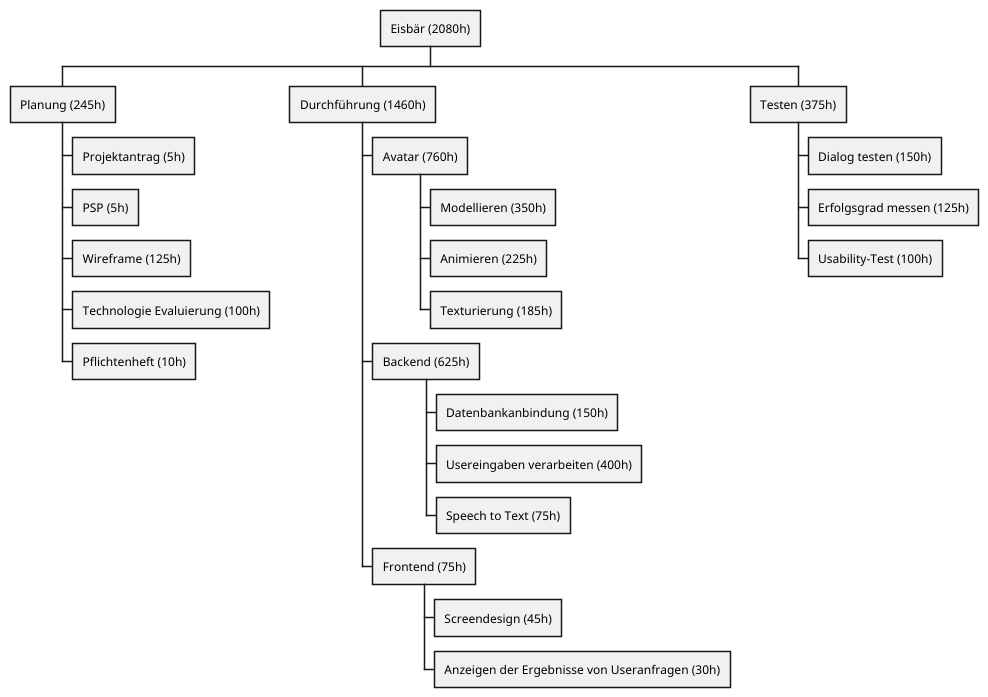
This is documents/psp.png from 2425-4bhitm-itp/eisbaer, a PlantUML export, as it was before one commit.
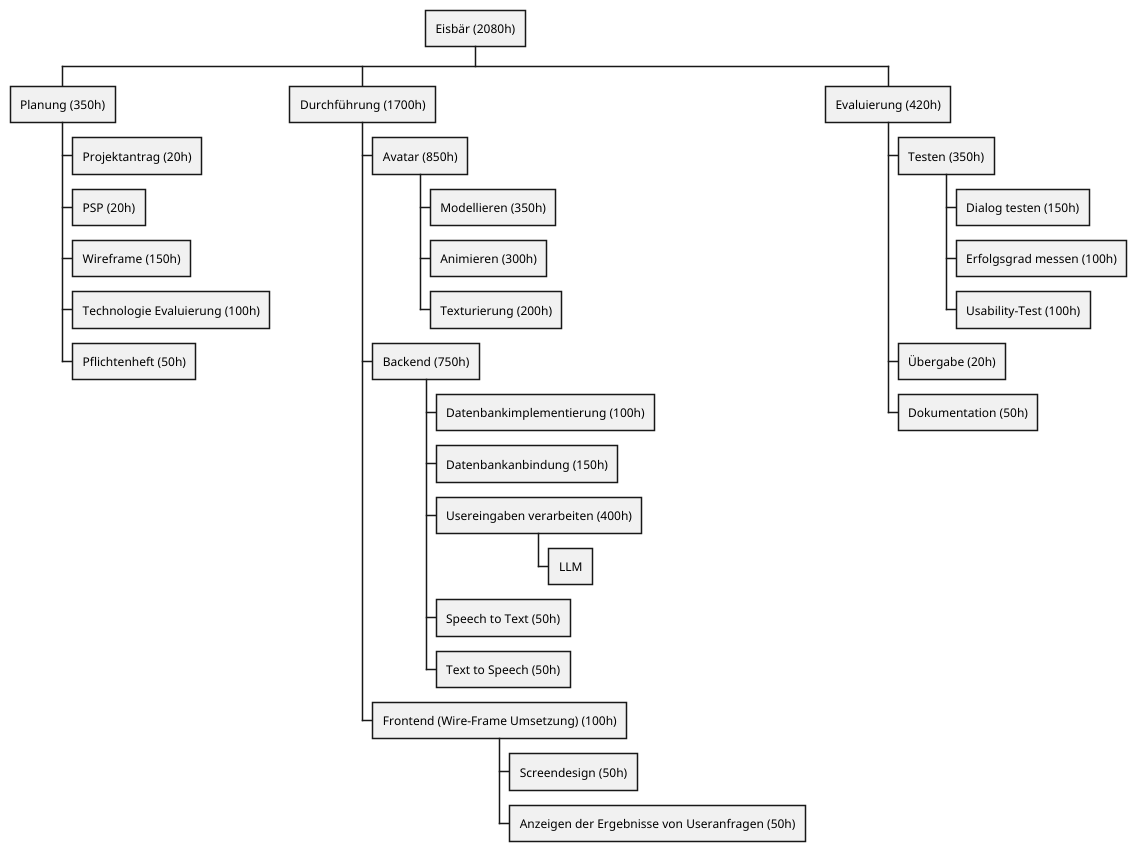
After the change.

Change to the diagram source:
```diff
@@ -1,25 +1,45 @@
 @startwbs
 * Eisbär (2080h)
-** Planung (245h)
-*** Projektantrag (5h)
-*** PSP (5h)
-*** Wireframe (125h)
+
+** Planung (350h)
+
+*** Projektantrag (20h)
+*** PSP (20h)
+*** Wireframe (150h)
 *** Technologie Evaluierung (100h)
-*** Pflichtenheft (10h)
-** Durchführung (1460h)
-*** Avatar (760h)
+*** Pflichtenheft (50h)
+
+** Durchführung (1700h)
+
+*** Avatar (850h)
+
 **** Modellieren (350h)
-**** Animieren (225h)
-**** Texturierung (185h)
-*** Backend (625h)
+**** Animieren (300h)
+**** Texturierung (200h)
+
+*** Backend (750h)
+
+**** Datenbankimplementierung (100h)
 **** Datenbankanbindung (150h)
 **** Usereingaben verarbeiten (400h)
-**** Speech to Text (75h)
-*** Frontend (75h)
-**** Screendesign (45h)
-**** Anzeigen der Ergebnisse von Useranfragen (30h)
-** Testen (375h)
-*** Dialog testen (150h)
-*** Erfolgsgrad messen (125h)
-*** Usability-Test (100h)
+***** LLM
+**** Speech to Text (50h)
+**** Text to Speech (50h)
+
+*** Frontend (Wire-Frame Umsetzung) (100h)
+
+**** Screendesign (50h)
+**** Anzeigen der Ergebnisse von Useranfragen (50h)
+
+** Evaluierung (420h)
+
+*** Testen (350h)
+
+**** Dialog testen (150h)
+**** Erfolgsgrad messen (100h)
+**** Usability-Test (100h)
+
+*** Übergabe (20h)
+
+*** Dokumentation (50h)
 @endwbs
```
